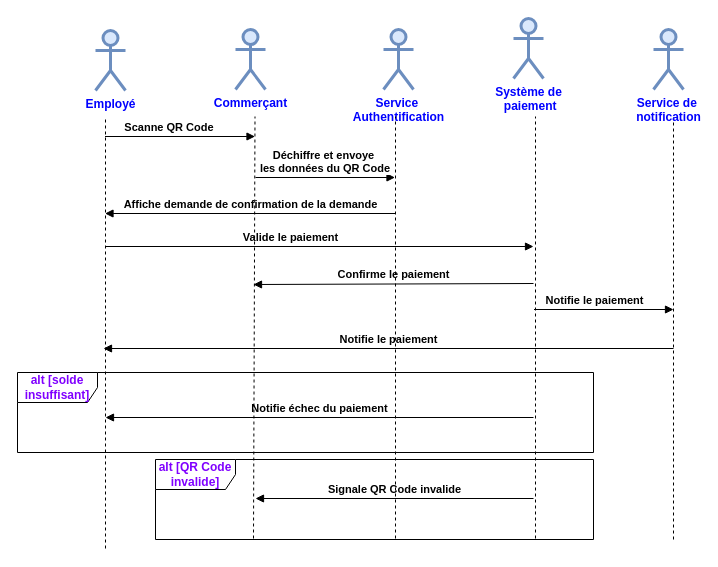
Earlier version of the draw.io diagram Diagramme sans nom.drawio (msisitr/aventix-design). Source tidied: cells renumbered, new cells numbered last; positions are measured from the earlier drawing's top-left corner, leaving out a move shared by most shapes. Both pictures are drawn from the tidied source at 100%, with x=0, y=0 at pixel (17, 18).
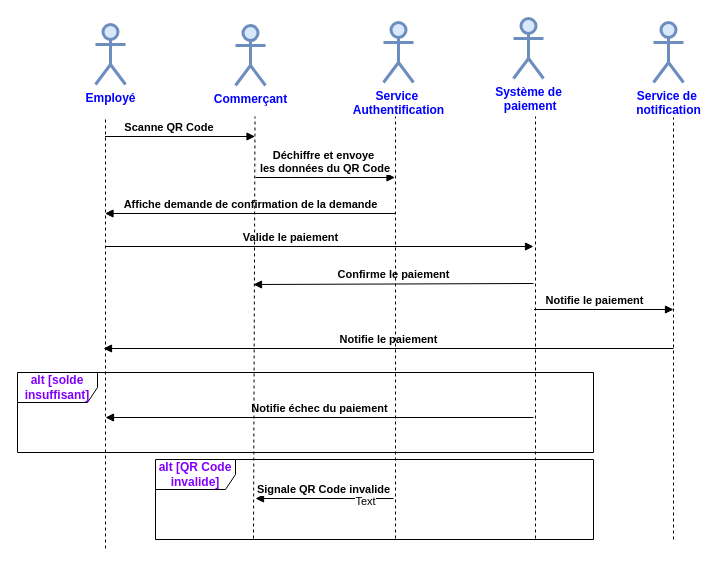
Above is the later version.

Commit message:
diag seq v9.drawio

The edit, as a diff of the source:
```diff
@@
     <mxCell id="12" value="Signale QR Code invalide" style="html=1;verticalAlign=bottom;endArrow=block;curved=0;rounded=0;fontStyle=1;" parent="1" edge="1">
-      <mxGeometry relative="1" as="geometry">
-        <mxPoint x="516" y="480" as="sourcePoint" />
+      <mxGeometry x="0.01" relative="1" as="geometry">
+        <mxPoint x="376" y="480" as="sourcePoint" />
         <mxPoint x="238" y="480" as="targetPoint" />
       </mxGeometry>
     </mxCell>
+    <mxCell id="23" value="Text" style="edgeLabel;html=1;align=center;verticalAlign=middle;" parent="12" vertex="1">
+      <mxGeometry x="-0.58" y="2" relative="1" as="geometry" />
+    </mxCell>
     <mxCell id="13" value="Employé " style="shape=umlActor;verticalLabelPosition=bottom;verticalAlign=top;html=1;fillColor=#dae8fc;strokeColor=#6c8ebf;strokeWidth=3;fontStyle=1;fontColor=light-dark(#0000ff, #ededed);" parent="1" vertex="1">
-      <mxGeometry x="78" y="12" width="30" height="60" as="geometry" />
+      <mxGeometry x="78" y="6" width="30" height="60" as="geometry" />
     </mxCell>
     <mxCell id="14" value="Commerçant" style="shape=umlActor;verticalLabelPosition=bottom;verticalAlign=top;html=1;fillColor=#dae8fc;strokeColor=#6c8ebf;strokeWidth=3;fontStyle=1;fontColor=light-dark(#0000ff, #ededed);" parent="1" vertex="1">
-      <mxGeometry x="218" y="11" width="30" height="60" as="geometry" />
+      <mxGeometry x="218" y="7" width="30" height="60" as="geometry" />
     </mxCell>
@@
     <mxCell id="16" value="&lt;div&gt;Service&amp;nbsp;&lt;/div&gt;&lt;div&gt;Authentification&lt;/div&gt;" style="shape=umlActor;verticalLabelPosition=bottom;verticalAlign=top;html=1;fillColor=#dae8fc;strokeColor=#6c8ebf;strokeWidth=3;fontStyle=1;fontColor=light-dark(#0000ff, #ededed);" parent="1" vertex="1">
-      <mxGeometry x="366" y="11" width="30" height="60" as="geometry" />
+      <mxGeometry x="366" y="4" width="30" height="60" as="geometry" />
     </mxCell>
@@
     <mxCell id="22" value="&lt;div&gt;Service de&amp;nbsp;&lt;/div&gt;&lt;div&gt;notification&lt;/div&gt;" style="shape=umlActor;verticalLabelPosition=bottom;verticalAlign=top;html=1;fillColor=#dae8fc;strokeColor=#6c8ebf;strokeWidth=3;fontStyle=1;fontColor=light-dark(#0000ff, #ededed);" parent="1" vertex="1">
-      <mxGeometry x="636" y="11" width="30" height="60" as="geometry" />
+      <mxGeometry x="636" y="4" width="30" height="60" as="geometry" />
     </mxCell>
```
